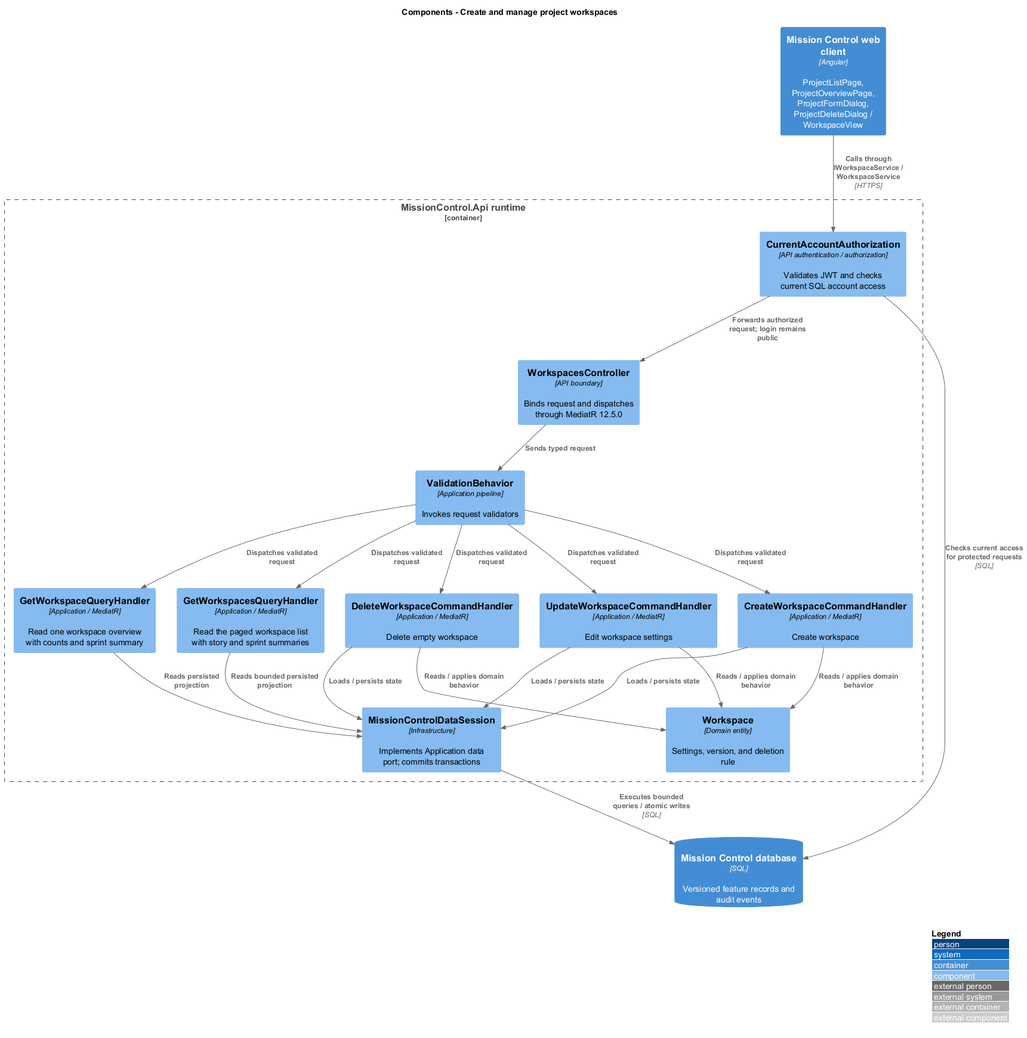
Before: docs/detailed-designs/projects/manage-workspaces/diagrams/c4-component.png, a diagram exported from PlantUML (QuinntyneBrown/mission-control). The source it was exported from:
```plantuml
@startuml
!include <C4/C4_Component>
LAYOUT_WITH_LEGEND()
title Components - Create and manage project workspaces
Container(web, "Mission Control web client", "Angular", "ProjectListPage, ProjectOverviewPage, ProjectFormDialog, ProjectDeleteDialog / WorkspaceView")
ContainerDb(db, "Mission Control database", "SQL", "Versioned feature records and audit events")
Container_Boundary(api, "MissionControl.Api runtime") {
  Component(ctrl, "WorkspacesController", "API boundary", "Binds request and dispatches through MediatR 12.5.0")
  Component(access, "CurrentAccountAuthorization", "API authentication / authorization", "Validates JWT and checks current SQL account access")
  Component(validation, "ValidationBehavior", "Application pipeline", "Invokes request validators")
  Component(entity, "Workspace", "Domain entity", "Settings, version, and deletion rule")
  Component(store, "MissionControlDataSession", "Infrastructure", "Implements Application data port; commits transactions")
Rel(web, access, "Calls through IWorkspaceService / WorkspaceService", "HTTPS")
Rel(access, db, "Checks current access for protected requests", "SQL")
Rel(access, ctrl, "Forwards authorized request; login remains public")
Rel(ctrl, validation, "Sends typed request")
Component(h0, "GetWorkspacesQueryHandler", "Application / MediatR", "Read the paged workspace list with story and sprint summaries")
Rel(validation, h0, "Dispatches validated request")
Rel(h0, store, "Reads bounded persisted projection")
Component(h4, "GetWorkspaceQueryHandler", "Application / MediatR", "Read one workspace overview with counts and sprint summary")
Rel(validation, h4, "Dispatches validated request")
Rel(h4, store, "Reads persisted projection")
Component(h1, "CreateWorkspaceCommandHandler", "Application / MediatR", "Create workspace")
Rel(validation, h1, "Dispatches validated request")
Rel(h1, entity, "Reads / applies domain behavior")
Rel(h1, store, "Loads / persists state")
Component(h2, "UpdateWorkspaceCommandHandler", "Application / MediatR", "Edit workspace settings")
Rel(validation, h2, "Dispatches validated request")
Rel(h2, entity, "Reads / applies domain behavior")
Rel(h2, store, "Loads / persists state")
Component(h3, "DeleteWorkspaceCommandHandler", "Application / MediatR", "Delete empty workspace")
Rel(validation, h3, "Dispatches validated request")
Rel(h3, entity, "Reads / applies domain behavior")
Rel(h3, store, "Loads / persists state")
}
Rel(store, db, "Executes bounded queries / atomic writes", "SQL")
@enduml
```
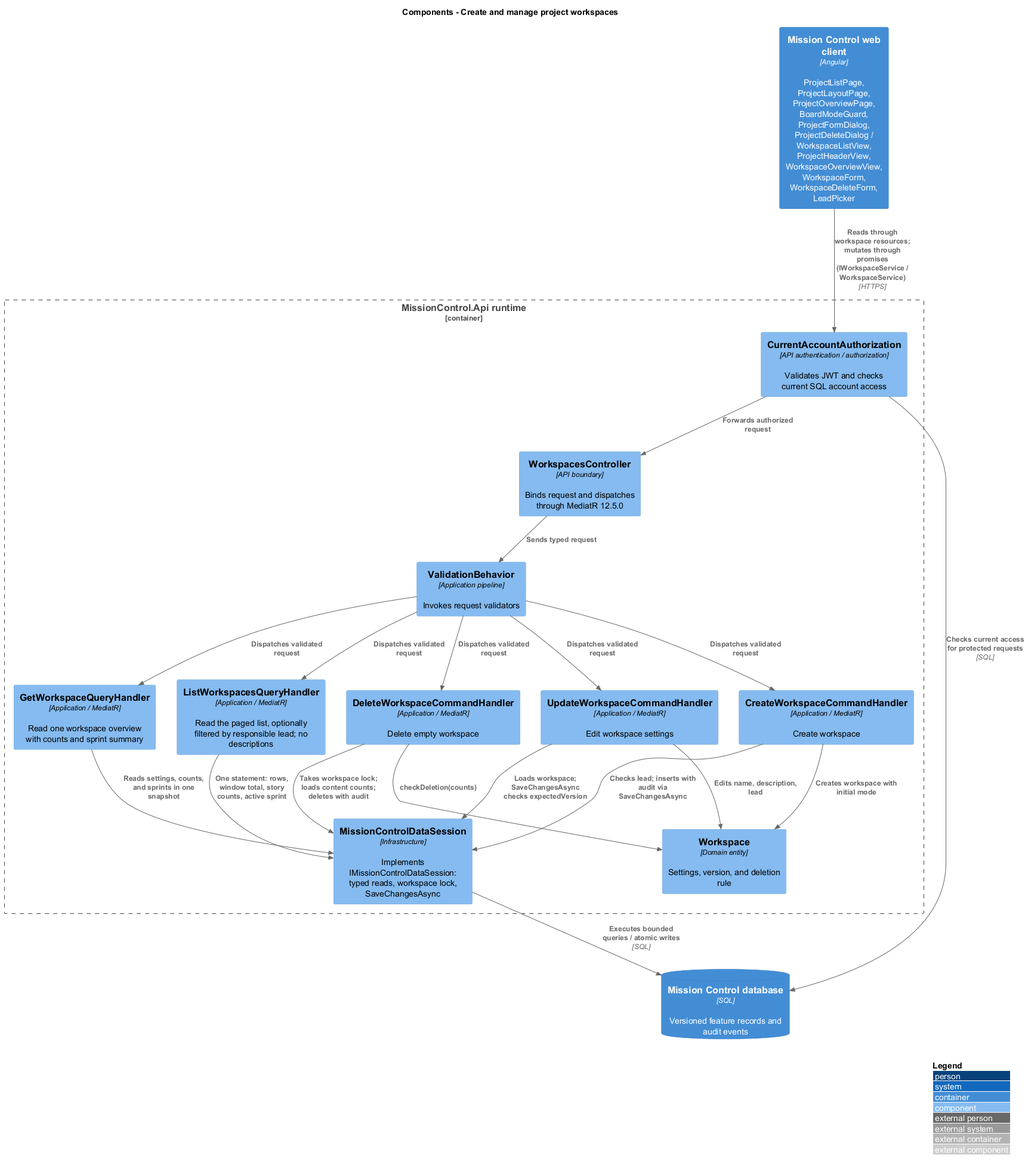
The same file after the commit.

The edit, as a diff of the source:
```diff
@@ -2,36 +2,36 @@
 !include <C4/C4_Component>
 LAYOUT_WITH_LEGEND()
 title Components - Create and manage project workspaces
-Container(web, "Mission Control web client", "Angular", "ProjectListPage, ProjectOverviewPage, ProjectFormDialog, ProjectDeleteDialog / WorkspaceView")
+Container(web, "Mission Control web client", "Angular", "ProjectListPage, ProjectLayoutPage, ProjectOverviewPage, BoardModeGuard, ProjectFormDialog, ProjectDeleteDialog / WorkspaceListView, ProjectHeaderView, WorkspaceOverviewView, WorkspaceForm, WorkspaceDeleteForm, LeadPicker")
 ContainerDb(db, "Mission Control database", "SQL", "Versioned feature records and audit events")
 Container_Boundary(api, "MissionControl.Api runtime") {
   Component(ctrl, "WorkspacesController", "API boundary", "Binds request and dispatches through MediatR 12.5.0")
   Component(access, "CurrentAccountAuthorization", "API authentication / authorization", "Validates JWT and checks current SQL account access")
   Component(validation, "ValidationBehavior", "Application pipeline", "Invokes request validators")
   Component(entity, "Workspace", "Domain entity", "Settings, version, and deletion rule")
-  Component(store, "MissionControlDataSession", "Infrastructure", "Implements Application data port; commits transactions")
-Rel(web, access, "Calls through IWorkspaceService / WorkspaceService", "HTTPS")
+  Component(store, "MissionControlDataSession", "Infrastructure", "Implements IMissionControlDataSession: typed reads, workspace lock, SaveChangesAsync")
+Rel(web, access, "Reads through workspace resources; mutates through promises (IWorkspaceService / WorkspaceService)", "HTTPS")
 Rel(access, db, "Checks current access for protected requests", "SQL")
-Rel(access, ctrl, "Forwards authorized request; login remains public")
+Rel(access, ctrl, "Forwards authorized request")
 Rel(ctrl, validation, "Sends typed request")
-Component(h0, "GetWorkspacesQueryHandler", "Application / MediatR", "Read the paged workspace list with story and sprint summaries")
+Component(h0, "ListWorkspacesQueryHandler", "Application / MediatR", "Read the paged list, optionally filtered by responsible lead; no descriptions")
 Rel(validation, h0, "Dispatches validated request")
-Rel(h0, store, "Reads bounded persisted projection")
+Rel(h0, store, "One statement: rows, window total, story counts, active sprint")
 Component(h4, "GetWorkspaceQueryHandler", "Application / MediatR", "Read one workspace overview with counts and sprint summary")
 Rel(validation, h4, "Dispatches validated request")
-Rel(h4, store, "Reads persisted projection")
+Rel(h4, store, "Reads settings, counts, and sprints in one snapshot")
 Component(h1, "CreateWorkspaceCommandHandler", "Application / MediatR", "Create workspace")
 Rel(validation, h1, "Dispatches validated request")
-Rel(h1, entity, "Reads / applies domain behavior")
-Rel(h1, store, "Loads / persists state")
+Rel(h1, entity, "Creates workspace with initial mode")
+Rel(h1, store, "Checks lead; inserts with audit via SaveChangesAsync")
 Component(h2, "UpdateWorkspaceCommandHandler", "Application / MediatR", "Edit workspace settings")
 Rel(validation, h2, "Dispatches validated request")
-Rel(h2, entity, "Reads / applies domain behavior")
-Rel(h2, store, "Loads / persists state")
+Rel(h2, entity, "Edits name, description, lead")
+Rel(h2, store, "Loads workspace; SaveChangesAsync checks expectedVersion")
 Component(h3, "DeleteWorkspaceCommandHandler", "Application / MediatR", "Delete empty workspace")
 Rel(validation, h3, "Dispatches validated request")
-Rel(h3, entity, "Reads / applies domain behavior")
-Rel(h3, store, "Loads / persists state")
+Rel(h3, entity, "checkDeletion(counts)")
+Rel(h3, store, "Takes workspace lock; loads content counts; deletes with audit")
 }
 Rel(store, db, "Executes bounded queries / atomic writes", "SQL")
 @enduml
```
